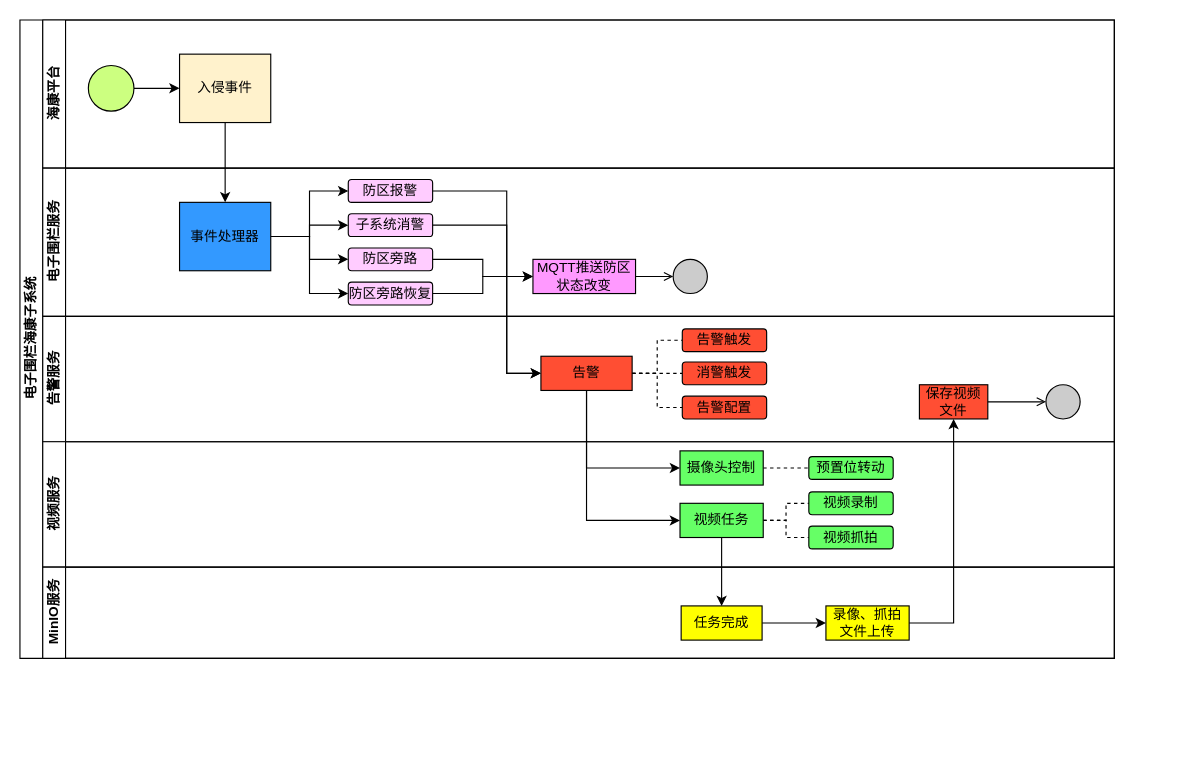
chenzhi666/doc keeps this draw.io diagram as 电子围栏泳道图.drawio. Above is the earlier version. Source tidied: cells renumbered, new cells numbered last; positions are measured from the earlier drawing's top-left corner, leaving out a move shared by most shapes. Both pictures are drawn from the tidied source at 114%, with x=0, y=0 at pixel (19, 19).
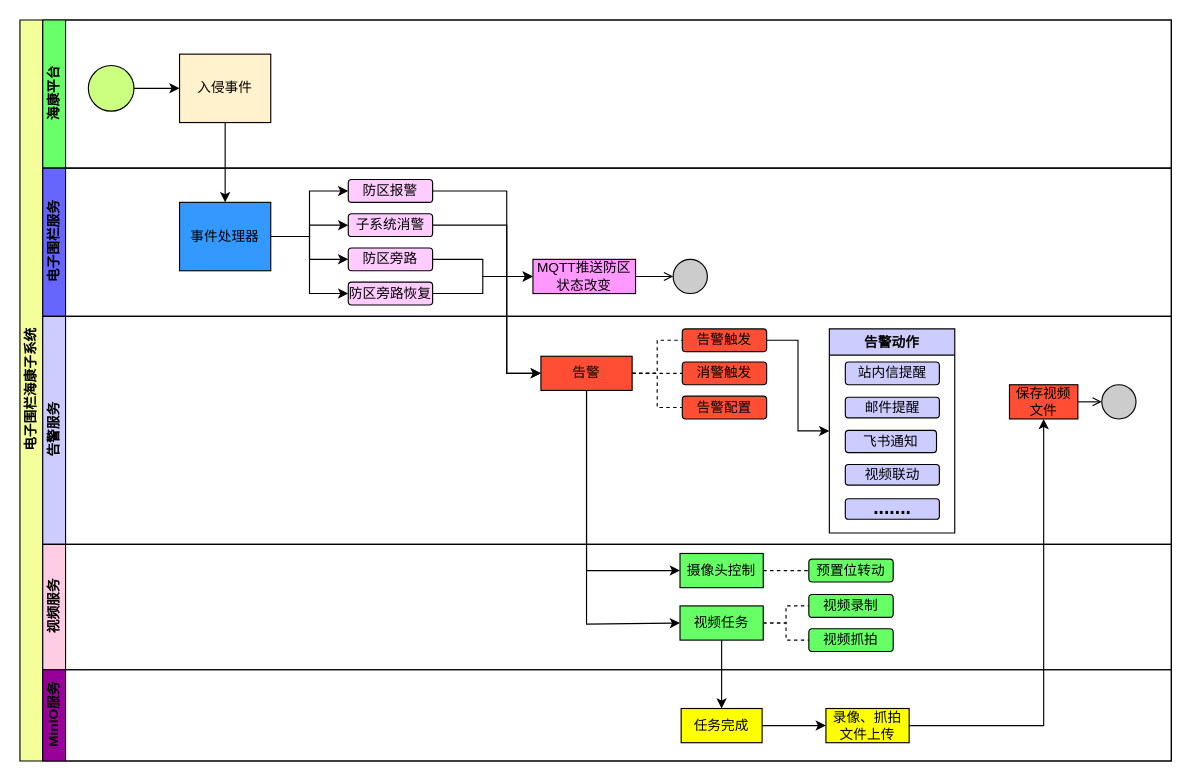
After the change.

Commit message (it also covers changes not shown here):
更新电子围栏泳道图.drawio

The change refers to these unchanged cells:
```xml
<mxCell id="26" value="告警" style="rounded=0;whiteSpace=wrap;html=1;fontFamily=Helvetica;fontSize=12;fontColor=#000000;align=center;fillColor=#FF4E33;" parent="22" vertex="1">
  <mxGeometry x="437" y="35" width="80" height="30" as="geometry" />
</mxCell>
<mxCell id="27" value="告警触发" style="rounded=1;whiteSpace=wrap;html=1;fillColor=#FF4E33;" parent="22" vertex="1">
  <mxGeometry x="561" y="11" width="74" height="20" as="geometry" />
</mxCell>
<mxCell id="38" value="视频任务" style="rounded=0;whiteSpace=wrap;html=1;fontFamily=Helvetica;fontSize=12;fontColor=#000000;align=center;fillColor=#66FF66;" parent="33" vertex="1">
  <mxGeometry x="559" y="54" width="73" height="30" as="geometry" />
</mxCell>
```

What changed in the source:
```diff
@@
-    <mxCell id="2" value="电子围栏海康子系统" style="swimlane;html=1;horizontal=0;startSize=20;" parent="1" vertex="1">
-      <mxGeometry width="960" height="560" as="geometry" />
+    <mxCell id="2" value="电子围栏海康子系统" style="swimlane;html=1;horizontal=0;startSize=20;fillColor=#F5FF99;" parent="1" vertex="1">
+      <mxGeometry width="1010" height="650" as="geometry" />
     </mxCell>
-    <mxCell id="3" value="海康平台" style="swimlane;html=1;startSize=20;horizontal=0;" parent="2" vertex="1">
-      <mxGeometry x="20" width="940" height="130" as="geometry" />
+    <mxCell id="3" value="海康平台" style="swimlane;html=1;startSize=20;horizontal=0;fillColor=#69FF69;" parent="2" vertex="1">
+      <mxGeometry x="20" width="990" height="130" as="geometry" />
     </mxCell>
@@
-    <mxCell id="7" value="电子围栏服务" style="swimlane;html=1;startSize=20;horizontal=0;" parent="2" vertex="1">
-      <mxGeometry x="20" y="130" width="940" height="130" as="geometry" />
+    <mxCell id="7" value="电子围栏服务" style="swimlane;html=1;startSize=20;horizontal=0;fillColor=#6666FF;" parent="2" vertex="1">
+      <mxGeometry x="20" y="130" width="990" height="130" as="geometry" />
     </mxCell>
@@
-    <mxCell id="22" value="告警服务" style="swimlane;html=1;startSize=20;horizontal=0;" parent="2" vertex="1">
-      <mxGeometry x="20" y="260" width="940" height="110" as="geometry" />
+    <mxCell id="22" value="告警服务" style="swimlane;html=1;startSize=20;horizontal=0;fillColor=#CCCCFF;" parent="2" vertex="1">
+      <mxGeometry x="20" y="260" width="990" height="200" as="geometry" />
     </mxCell>
@@
+    <mxCell id="53" style="edgeStyle=orthogonalEdgeStyle;rounded=0;jettySize=auto;html=1;exitX=1;exitY=0.5;exitDx=0;exitDy=0;entryX=0;entryY=0.5;entryDx=0;entryDy=0;" parent="22" edge="1" source="27" target="54">
+      <mxGeometry relative="1" as="geometry" />
+    </mxCell>
@@
     <mxCell id="30" value="保存视频文件" style="rounded=0;whiteSpace=wrap;html=1;fillColor=#FF4E33;" parent="22" vertex="1">
-      <mxGeometry x="769" y="60" width="60" height="30" as="geometry" />
+      <mxGeometry x="848" y="60" width="60" height="30" as="geometry" />
     </mxCell>
     <mxCell id="31" style="ellipse;html=1;fillColor=#CCCCCC;" parent="22" vertex="1">
-      <mxGeometry x="880" y="60" width="30" height="30" as="geometry" />
+      <mxGeometry x="929" y="60" width="30" height="30" as="geometry" />
     </mxCell>
@@
+    <mxCell id="54" value="告警动作" style="swimlane;whiteSpace=wrap;html=1;fillColor=#CCCCFF;" parent="22" vertex="1">
+      <mxGeometry x="690" y="11" width="110" height="179" as="geometry" />
+    </mxCell>
+    <mxCell id="55" value="站内信提醒" style="rounded=1;whiteSpace=wrap;html=1;fillColor=#CCCCFF;" parent="54" vertex="1">
+      <mxGeometry x="14" y="29" width="82.5" height="20" as="geometry" />
+    </mxCell>
+    <mxCell id="56" value="邮件提醒" style="rounded=1;whiteSpace=wrap;html=1;fillColor=#CCCCFF;" parent="54" vertex="1">
+      <mxGeometry x="14" y="60" width="82.5" height="18" as="geometry" />
+    </mxCell>
+    <mxCell id="57" value="飞书通知" style="rounded=1;whiteSpace=wrap;html=1;fillColor=#CCCCFF;" parent="54" vertex="1">
+      <mxGeometry x="14" y="89" width="80" height="19.5" as="geometry" />
+    </mxCell>
+    <mxCell id="58" value="视频联动" style="rounded=1;whiteSpace=wrap;html=1;fillColor=#CCCCFF;" parent="54" vertex="1">
+      <mxGeometry x="14" y="119" width="82.5" height="18" as="geometry" />
+    </mxCell>
+    <mxCell id="59" value="&lt;b&gt;&lt;font style=&quot;font-size: 17px;&quot;&gt;.......&lt;/font&gt;&lt;/b&gt;" style="rounded=1;whiteSpace=wrap;html=1;fillColor=#CCCCFF;" parent="54" vertex="1">
+      <mxGeometry x="14" y="149" width="82.5" height="18" as="geometry" />
+    </mxCell>
-    <mxCell id="33" value="视频服务" style="swimlane;html=1;startSize=20;horizontal=0;" parent="2" vertex="1">
-      <mxGeometry x="20" y="370" width="940" height="110" as="geometry" />
+    <mxCell id="33" value="视频服务" style="swimlane;html=1;startSize=20;horizontal=0;fillColor=#FFCCE6;" parent="2" vertex="1">
+      <mxGeometry x="20" y="460" width="990" height="110" as="geometry" />
     </mxCell>
@@
     <mxCell id="46" style="edgeStyle=orthogonalEdgeStyle;rounded=0;jettySize=auto;html=1;exitX=0.5;exitY=1;exitDx=0;exitDy=0;entryX=0;entryY=0.5;entryDx=0;entryDy=0;" parent="2" edge="1" source="26" target="38">
       <mxGeometry relative="1" as="geometry">
         <Array as="points">
-          <mxPoint x="497" y="439" />
+          <mxPoint x="497" y="530" />
+          <mxPoint x="579" y="530" />
         </Array>
       </mxGeometry>
     </mxCell>
@@
-    <mxCell id="48" value="MinIO服务" style="swimlane;html=1;startSize=20;horizontal=0;" parent="2" vertex="1">
-      <mxGeometry x="20" y="480" width="940" height="80" as="geometry" />
+    <mxCell id="48" value="MinIO服务" style="swimlane;html=1;startSize=20;horizontal=0;fillColor=#990099;" parent="2" vertex="1">
+      <mxGeometry x="20" y="570" width="990" height="80" as="geometry" />
     </mxCell>
```
